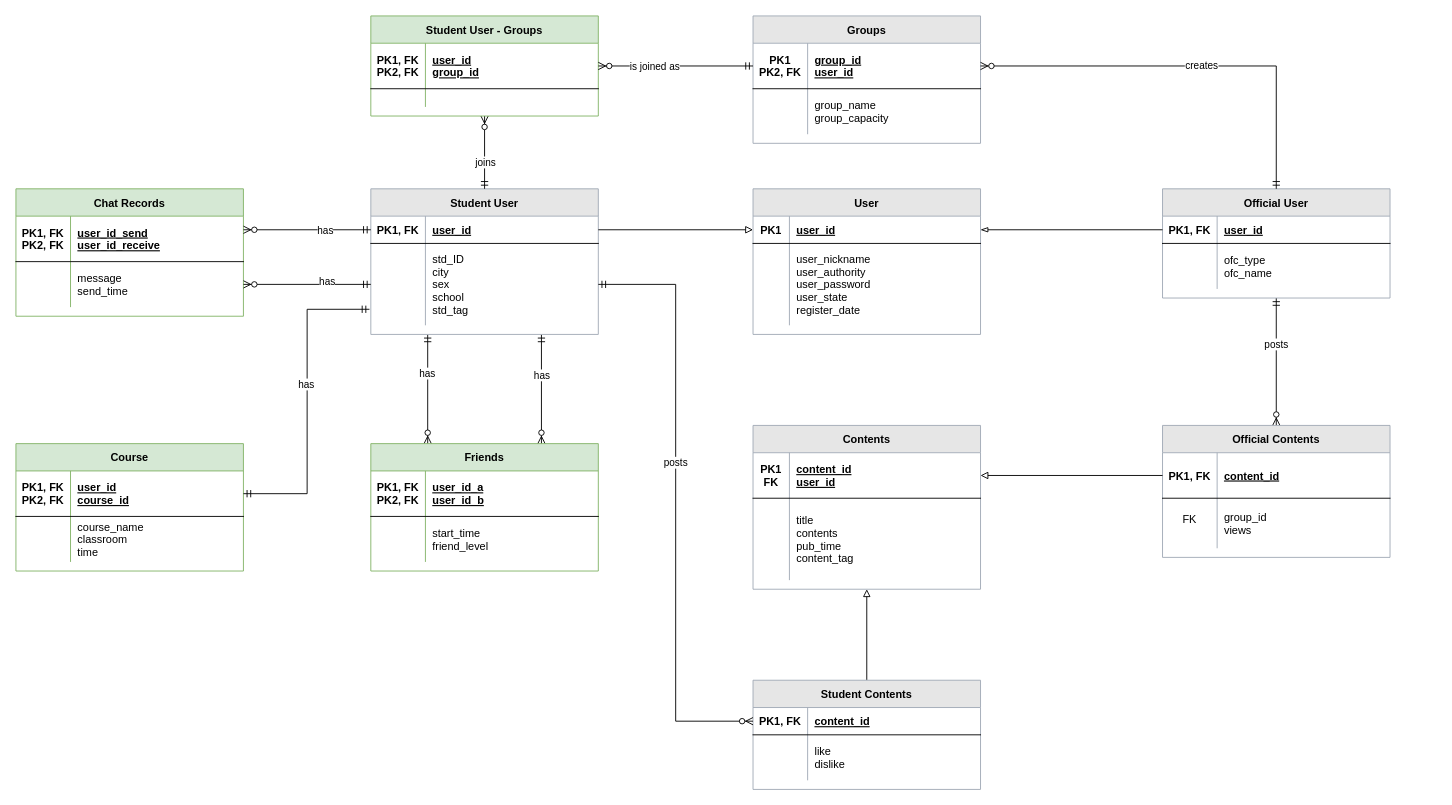
Earlier version of the draw.io diagram Untitled Diagram.drawio (LeoHolmes416/Code-Symphony). Source tidied: cells renumbered, new cells numbered last; positions are measured from the earlier drawing's top-left corner, leaving out a move shared by most shapes. Both pictures are drawn from the tidied source at 91%, with x=0, y=0 at pixel (15, 15).
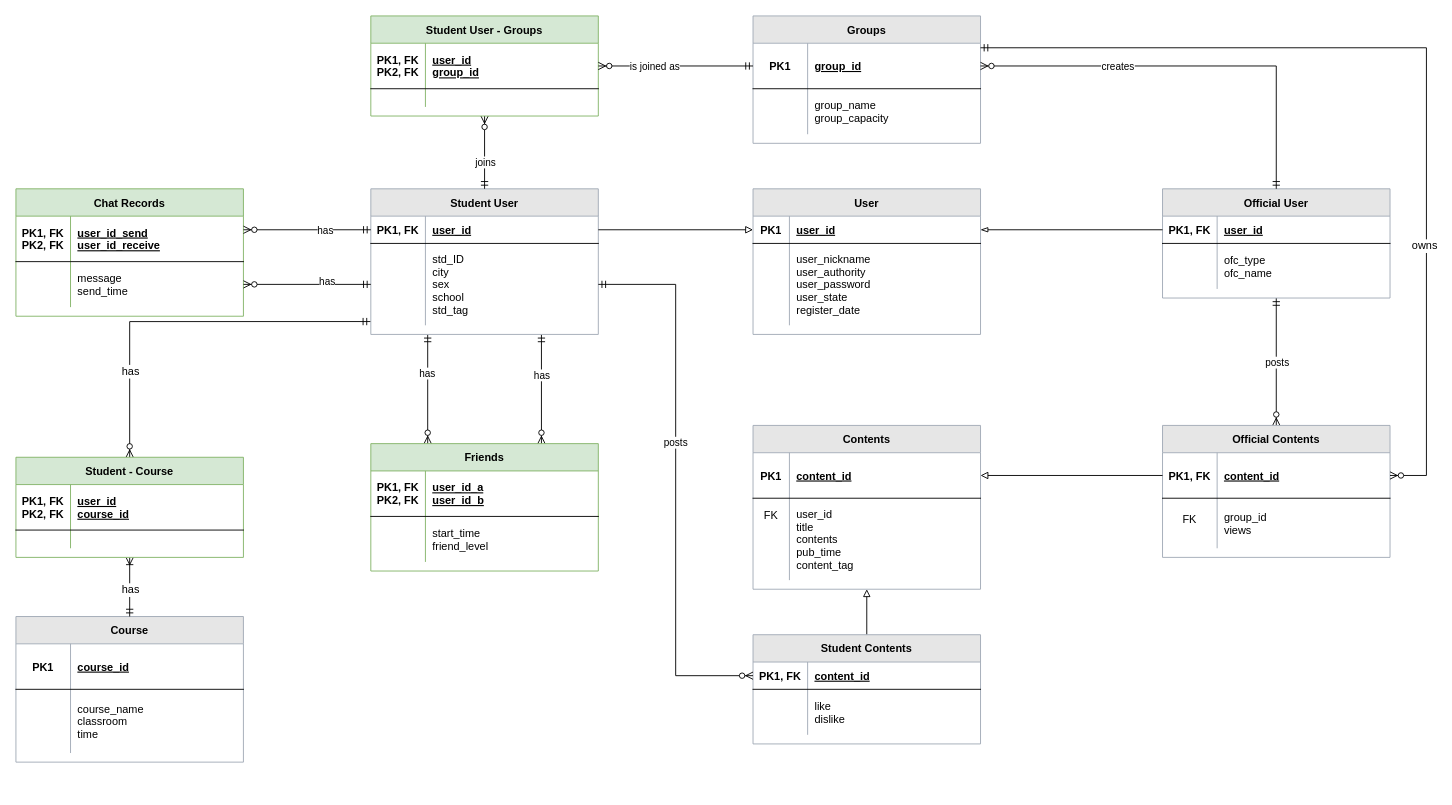
The same page after the edit.

Unchanged cells that the change refers to:
```xml
<mxCell id="17" style="shape=partialRectangle;fillColor=none;points=[[0,0.5],[1,0.5]];portConstraint=eastwest;top=0;left=0;right=0;bottom=0;" parent="13" vertex="1">
  <mxGeometry y="60" width="250" height="90" as="geometry" />
</mxCell>
<mxCell id="20" style="edgeStyle=orthogonalEdgeStyle;rounded=0;jettySize=auto;html=1;exitX=0.5;exitY=1;exitDx=0;exitDy=0;entryX=0.5;entryY=0;entryDx=0;entryDy=0;fontSize=11;startArrow=ERmandOne;startFill=0;endArrow=ERzeroToMany;endFill=1;" parent="1" edge="1" source="22" target="58">
  <mxGeometry relative="1" as="geometry" />
</mxCell>
<mxCell id="36" value="Groups" style="shape=table;startSize=30;childLayout=tableLayout;rowLines=0;fontStyle=1;align=center;swimlaneFillColor=#ffffff;strokeColor=#A0A9B5;fillColor=#E6E6E6;" parent="1" vertex="1">
  <mxGeometry x="810" width="250" height="140" as="geometry" />
</mxCell>
<mxCell id="37" style="shape=partialRectangle;fillColor=none;points=[[0,0.5],[1,0.5]];portConstraint=eastwest;top=0;left=0;right=0;bottom=1;" parent="36" vertex="1">
  <mxGeometry y="30" width="250" height="50" as="geometry" />
</mxCell>
<mxCell id="44" style="shape=partialRectangle;fillColor=none;points=[[0,0.5],[1,0.5]];portConstraint=eastwest;top=0;left=0;right=0;bottom=1;" parent="43" vertex="1">
  <mxGeometry y="30" width="250" height="50" as="geometry" />
</mxCell>
<mxCell id="47" style="shape=partialRectangle;fillColor=none;top=0;left=0;right=0;bottom=0;" parent="43" vertex="1">
  <mxGeometry y="80" width="250" height="90" as="geometry" />
</mxCell>
<mxCell id="59" style="shape=partialRectangle;fillColor=none;points=[[0,0.5],[1,0.5]];portConstraint=eastwest;top=0;left=0;right=0;bottom=1;" parent="58" vertex="1">
  <mxGeometry y="30" width="250" height="50" as="geometry" />
</mxCell>
<mxCell id="66" style="edgeStyle=orthogonalEdgeStyle;rounded=0;jettySize=auto;html=1;exitX=1;exitY=0.5;exitDx=0;exitDy=0;fontSize=11;startArrow=ERzeroToMany;startFill=1;endArrow=ERmandOne;endFill=0;" parent="1" edge="1" source="37" target="22">
  <mxGeometry relative="1" as="geometry" />
</mxCell>
<mxCell id="88" style="shape=partialRectangle;fillColor=none;points=[[0,0.5],[1,0.5]];portConstraint=eastwest;top=0;left=0;right=0;bottom=1;" parent="87" vertex="1">
  <mxGeometry y="30" width="250" height="50" as="geometry" />
</mxCell>
```

Change to the diagram source:
```diff
@@
     <mxCell id="21" value="posts" style="edgeLabel;html=1;align=center;verticalAlign=middle;" parent="20" vertex="1">
-      <mxGeometry x="-0.28" y="-1" relative="1" as="geometry" />
+      <mxGeometry x="-0.28" y="-1" relative="1" as="geometry">
+        <mxPoint x="1" y="20" as="offset" />
+      </mxGeometry>
     </mxCell>
@@
-    <mxCell id="38" value="PK1&#10;PK2, FK" style="shape=partialRectangle;overflow=hidden;fillColor=none;top=0;left=0;bottom=0;right=0;fontStyle=1;" parent="37" vertex="1">
+    <mxCell id="38" value="PK1" style="shape=partialRectangle;overflow=hidden;fillColor=none;top=0;left=0;bottom=0;right=0;fontStyle=1;" parent="37" vertex="1">
       <mxGeometry width="60" height="50" as="geometry" />
     </mxCell>
-    <mxCell id="39" value="group_id&#10;user_id" style="shape=partialRectangle;overflow=hidden;fillColor=none;top=0;left=0;bottom=0;right=0;align=left;spacingLeft=6;fontStyle=5;" parent="37" vertex="1">
+    <mxCell id="39" value="group_id" style="shape=partialRectangle;overflow=hidden;fillColor=none;top=0;left=0;bottom=0;right=0;align=left;spacingLeft=6;fontStyle=5;" parent="37" vertex="1">
       <mxGeometry x="60" width="190" height="50" as="geometry" />
     </mxCell>
@@
-    <mxCell id="45" value="PK1&#10;FK" style="shape=partialRectangle;overflow=hidden;fillColor=none;top=0;left=0;bottom=0;right=0;fontStyle=1;" parent="44" vertex="1">
+    <mxCell id="45" value="PK1" style="shape=partialRectangle;overflow=hidden;fillColor=none;top=0;left=0;bottom=0;right=0;fontStyle=1;" parent="44" vertex="1">
       <mxGeometry width="40" height="50" as="geometry" />
     </mxCell>
-    <mxCell id="46" value="content_id&#10;user_id" style="shape=partialRectangle;overflow=hidden;fillColor=none;top=0;left=0;bottom=0;right=0;align=left;spacingLeft=6;fontStyle=5;" parent="44" vertex="1">
+    <mxCell id="46" value="content_id" style="shape=partialRectangle;overflow=hidden;fillColor=none;top=0;left=0;bottom=0;right=0;align=left;spacingLeft=6;fontStyle=5;" parent="44" vertex="1">
       <mxGeometry x="40" width="210" height="50" as="geometry" />
     </mxCell>
@@
-    <mxCell id="48" style="shape=partialRectangle;overflow=hidden;fillColor=none;top=0;left=0;bottom=0;right=0;" parent="47" vertex="1">
+    <mxCell id="48" value="FK" style="shape=partialRectangle;overflow=hidden;fillColor=none;top=0;left=0;bottom=0;right=0;fontSize=12;spacingTop=-53;" parent="47" vertex="1">
       <mxGeometry width="40" height="90" as="geometry" />
     </mxCell>
-    <mxCell id="49" value="title&#10;contents&#10;pub_time&#10;content_tag" style="shape=partialRectangle;overflow=hidden;fillColor=none;top=0;left=0;bottom=0;right=0;align=left;spacingLeft=6;" parent="47" vertex="1">
+    <mxCell id="49" value="user_id&#10;title&#10;contents&#10;pub_time&#10;content_tag" style="shape=partialRectangle;overflow=hidden;fillColor=none;top=0;left=0;bottom=0;right=0;align=left;spacingLeft=6;" parent="47" vertex="1">
       <mxGeometry x="40" width="210" height="90" as="geometry" />
     </mxCell>
@@
     <mxCell id="51" value="Student Contents" style="shape=table;startSize=30;childLayout=tableLayout;rowLines=0;fontStyle=1;align=center;swimlaneFillColor=#ffffff;strokeColor=#A0A9B5;fillColor=#E6E6E6;" parent="1" vertex="1">
-      <mxGeometry x="810" y="730" width="250" height="120" as="geometry" />
+      <mxGeometry x="810" y="680" width="250" height="120" as="geometry" />
     </mxCell>
@@
     <mxCell id="67" value="creates" style="edgeLabel;html=1;align=center;verticalAlign=middle;" parent="66" vertex="1">
-      <mxGeometry x="0.05" y="1" relative="1" as="geometry" />
+      <mxGeometry x="0.05" y="1" relative="1" as="geometry">
+        <mxPoint x="-92" y="1" as="offset" />
+      </mxGeometry>
     </mxCell>
@@
-    <mxCell id="87" value="Course" style="shape=table;startSize=30;childLayout=tableLayout;rowLines=0;fontStyle=1;align=center;swimlaneFillColor=#ffffff;strokeColor=#82b366;fillColor=#d5e8d4;" parent="1" vertex="1">
-      <mxGeometry y="470" width="250" height="140" as="geometry" />
+    <mxCell id="87" value="Course" style="shape=table;startSize=30;childLayout=tableLayout;rowLines=0;fontStyle=1;align=center;swimlaneFillColor=#ffffff;strokeColor=#A0A9B5;fillColor=#E6E6E6;" parent="1" vertex="1">
+      <mxGeometry y="660" width="250" height="160" as="geometry" />
     </mxCell>
@@
-    <mxCell id="89" value="PK1, FK&#10;PK2, FK" style="shape=partialRectangle;overflow=hidden;fillColor=none;top=0;left=0;bottom=0;right=0;fontStyle=1;" parent="88" vertex="1">
+    <mxCell id="89" value="PK1" style="shape=partialRectangle;overflow=hidden;fillColor=none;top=0;left=0;bottom=0;right=0;fontStyle=1;" parent="88" vertex="1">
       <mxGeometry width="60" height="50" as="geometry" />
     </mxCell>
-    <mxCell id="90" value="user_id&#10;course_id" style="shape=partialRectangle;overflow=hidden;fillColor=none;top=0;left=0;bottom=0;right=0;align=left;spacingLeft=6;fontStyle=5;" parent="88" vertex="1">
+    <mxCell id="90" value="course_id" style="shape=partialRectangle;overflow=hidden;fillColor=none;top=0;left=0;bottom=0;right=0;align=left;spacingLeft=6;fontStyle=5;" parent="88" vertex="1">
       <mxGeometry x="60" width="190" height="50" as="geometry" />
     </mxCell>
     <mxCell id="91" style="shape=partialRectangle;fillColor=none;top=0;left=0;right=0;bottom=0;" parent="87" vertex="1">
-      <mxGeometry y="80" width="250" height="50" as="geometry" />
+      <mxGeometry y="80" width="250" height="70" as="geometry" />
     </mxCell>
     <mxCell id="92" style="shape=partialRectangle;overflow=hidden;fillColor=none;top=0;left=0;bottom=0;right=0;" parent="91" vertex="1">
-      <mxGeometry width="60" height="50" as="geometry" />
+      <mxGeometry width="60" height="70" as="geometry" />
     </mxCell>
     <mxCell id="93" value="course_name&#10;classroom&#10;time" style="shape=partialRectangle;overflow=hidden;fillColor=none;top=0;left=0;bottom=0;right=0;align=left;spacingLeft=6;" parent="91" vertex="1">
-      <mxGeometry x="60" width="190" height="50" as="geometry" />
+      <mxGeometry x="60" width="190" height="70" as="geometry" />
     </mxCell>
@@
-    <mxCell id="98" style="edgeStyle=orthogonalEdgeStyle;rounded=0;jettySize=auto;html=1;exitX=1;exitY=0.5;exitDx=0;exitDy=0;entryX=-0.006;entryY=0.804;entryDx=0;entryDy=0;entryPerimeter=0;startArrow=ERmandOne;startFill=0;endArrow=ERmandOne;endFill=0;" parent="1" edge="1" source="88" target="17">
-      <mxGeometry relative="1" as="geometry" />
-    </mxCell>
-    <mxCell id="99" value="has" style="edgeLabel;html=1;align=center;verticalAlign=middle;" parent="98" vertex="1">
-      <mxGeometry x="0.12" y="2" relative="1" as="geometry" />
-    </mxCell>
@@
+    <mxCell id="103" style="edgeStyle=orthogonalEdgeStyle;rounded=0;jettySize=auto;html=1;exitX=0.5;exitY=0;exitDx=0;exitDy=0;entryX=-0.002;entryY=0.954;entryDx=0;entryDy=0;entryPerimeter=0;fontSize=12;startArrow=ERzeroToMany;startFill=1;endArrow=ERmandOne;endFill=0;" parent="1" edge="1" source="107" target="17">
+      <mxGeometry relative="1" as="geometry" />
+    </mxCell>
+    <mxCell id="104" value="has" style="edgeLabel;html=1;align=center;verticalAlign=middle;fontSize=12;" parent="103" vertex="1">
+      <mxGeometry x="-0.43" y="6" relative="1" as="geometry">
+        <mxPoint x="6" y="23" as="offset" />
+      </mxGeometry>
+    </mxCell>
+    <mxCell id="105" style="edgeStyle=orthogonalEdgeStyle;rounded=0;jettySize=auto;html=1;exitX=0.5;exitY=1;exitDx=0;exitDy=0;fontSize=12;startArrow=ERoneToMany;startFill=0;endArrow=ERmandOne;endFill=0;" parent="1" edge="1" source="107" target="87">
+      <mxGeometry relative="1" as="geometry" />
+    </mxCell>
+    <mxCell id="106" value="has" style="edgeLabel;html=1;align=center;verticalAlign=middle;fontSize=12;" parent="105" vertex="1">
+      <mxGeometry x="-0.31" y="-2" relative="1" as="geometry">
+        <mxPoint x="2" y="13" as="offset" />
+      </mxGeometry>
+    </mxCell>
+    <mxCell id="107" value="Student - Course" style="shape=table;startSize=30;childLayout=tableLayout;rowLines=0;fontStyle=1;align=center;swimlaneFillColor=#ffffff;strokeColor=#82b366;fillColor=#d5e8d4;" parent="1" vertex="1">
+      <mxGeometry y="485" width="250" height="110" as="geometry" />
+    </mxCell>
+    <mxCell id="108" style="shape=partialRectangle;fillColor=none;top=0;left=0;right=0;bottom=1;" parent="107" vertex="1">
+      <mxGeometry y="30" width="250" height="50" as="geometry" />
+    </mxCell>
+    <mxCell id="109" value="PK1, FK&#10;PK2, FK" style="shape=partialRectangle;overflow=hidden;fillColor=none;top=0;left=0;bottom=0;right=0;fontStyle=1;" parent="108" vertex="1">
+      <mxGeometry width="60" height="50" as="geometry" />
+    </mxCell>
+    <mxCell id="110" value="user_id&#10;course_id" style="shape=partialRectangle;overflow=hidden;fillColor=none;top=0;left=0;bottom=0;right=0;align=left;spacingLeft=6;fontStyle=5;" parent="108" vertex="1">
+      <mxGeometry x="60" width="190" height="50" as="geometry" />
+    </mxCell>
+    <mxCell id="111" style="shape=partialRectangle;fillColor=none;top=0;left=0;right=0;bottom=0;" parent="107" vertex="1">
+      <mxGeometry y="80" width="250" height="20" as="geometry" />
+    </mxCell>
+    <mxCell id="112" style="shape=partialRectangle;overflow=hidden;fillColor=none;top=0;left=0;bottom=0;right=0;" parent="111" vertex="1">
+      <mxGeometry width="60" height="20" as="geometry" />
+    </mxCell>
+    <mxCell id="113" style="shape=partialRectangle;overflow=hidden;fillColor=none;top=0;left=0;bottom=0;right=0;align=left;spacingLeft=6;" parent="111" vertex="1">
+      <mxGeometry x="60" width="190" height="20" as="geometry" />
+    </mxCell>
+    <mxCell id="114" style="edgeStyle=orthogonalEdgeStyle;rounded=0;jettySize=auto;html=1;exitX=1;exitY=0.5;exitDx=0;exitDy=0;entryX=1;entryY=0.25;entryDx=0;entryDy=0;fontSize=12;startArrow=ERzeroToMany;startFill=1;endArrow=ERmandOne;endFill=0;" parent="1" edge="1" source="59" target="36">
+      <mxGeometry relative="1" as="geometry">
+        <Array as="points">
+          <mxPoint x="1550" y="505" />
+          <mxPoint x="1550" y="35" />
+        </Array>
+      </mxGeometry>
+    </mxCell>
+    <mxCell id="115" value="owns" style="edgeLabel;html=1;align=center;verticalAlign=middle;fontSize=12;" parent="114" vertex="1">
+      <mxGeometry x="-0.22" y="3" relative="1" as="geometry">
+        <mxPoint y="97" as="offset" />
+      </mxGeometry>
+    </mxCell>
```
